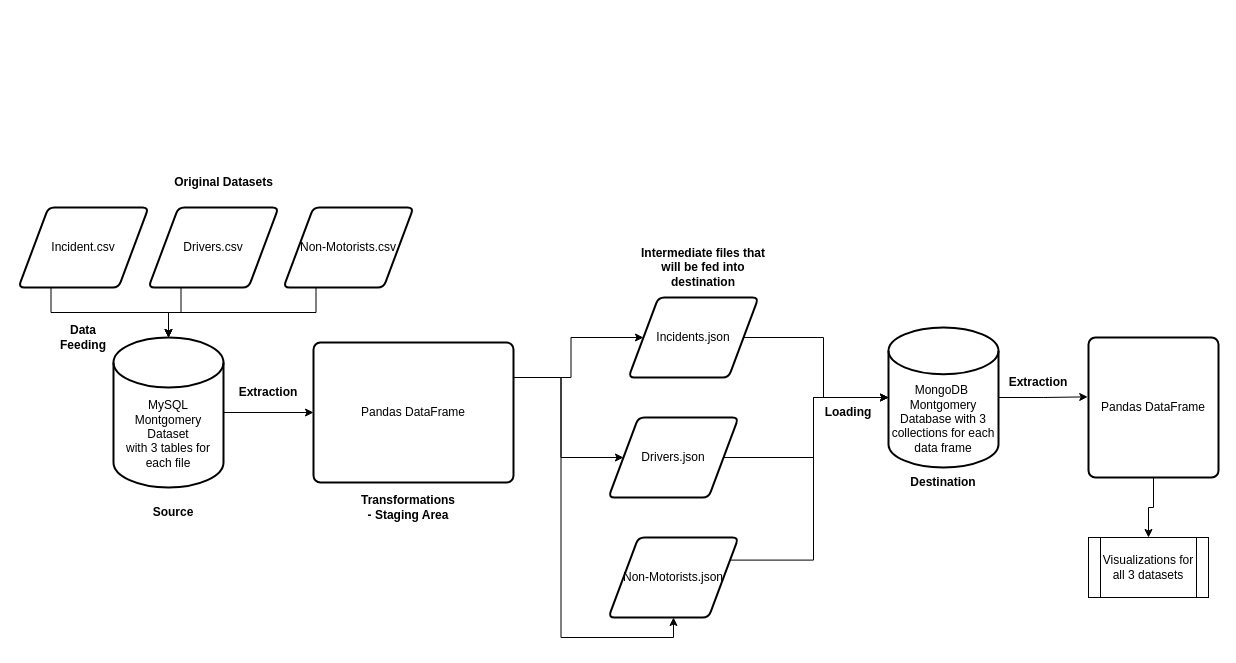
x22237941/Database-and-Analytical-Programming keeps this draw.io diagram as TeamI.drawio. Above is the earlier version. Source tidied: cells renumbered, new cells numbered last; positions are measured from the earlier drawing's top-left corner, leaving out a move shared by most shapes. Both pictures are drawn from the tidied source at 100%, with x=0, y=0 at pixel (18, 167). Pictures stored in the file or linked from it are replaced by grey dashed boxes.
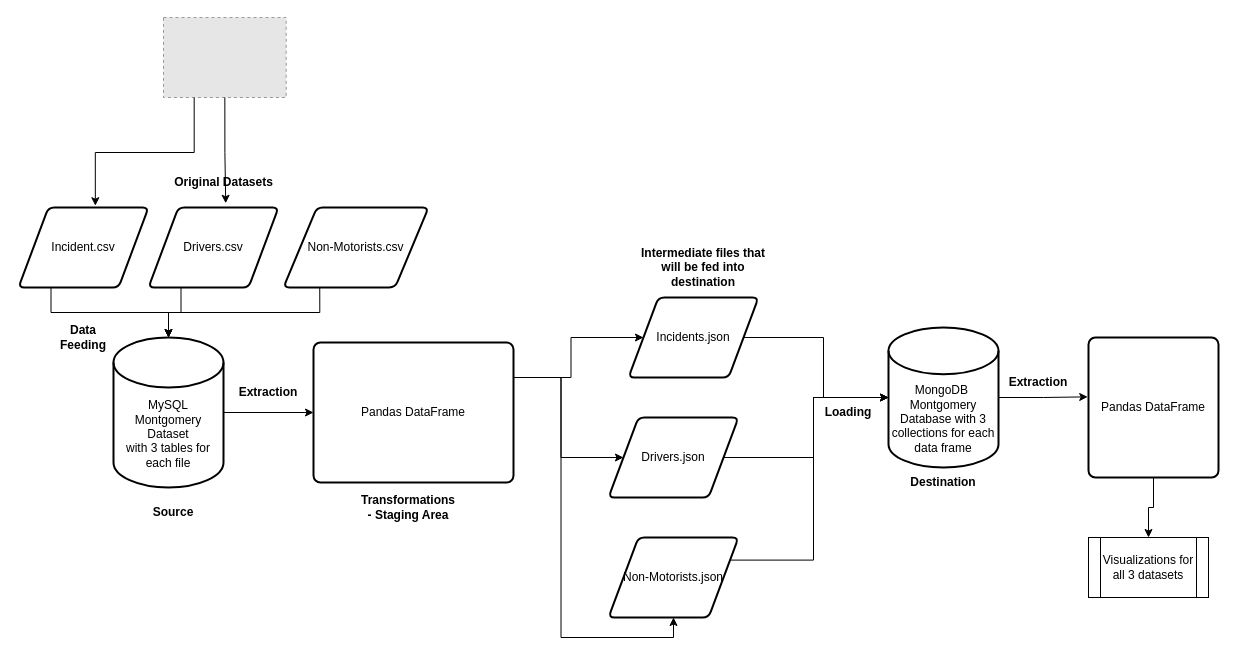
The same diagram, later.

Unchanged cells that the change refers to:
```xml
<mxCell id="2" value="Incident.csv" style="shape=parallelogram;html=1;strokeWidth=2;perimeter=parallelogramPerimeter;whiteSpace=wrap;rounded=1;arcSize=12;size=0.23;" parent="1" vertex="1">
  <mxGeometry y="40" width="130" height="80" as="geometry" />
</mxCell>
<mxCell id="3" value="Drivers.csv" style="shape=parallelogram;html=1;strokeWidth=2;perimeter=parallelogramPerimeter;whiteSpace=wrap;rounded=1;arcSize=12;size=0.23;" parent="1" vertex="1">
  <mxGeometry x="130" y="40" width="130" height="80" as="geometry" />
</mxCell>
```

Change to the diagram source:
```diff
@@
     <mxCell id="4" value="Non-Motorists.csv" style="shape=parallelogram;html=1;strokeWidth=2;perimeter=parallelogramPerimeter;whiteSpace=wrap;rounded=1;arcSize=12;size=0.23;" parent="1" vertex="1">
-      <mxGeometry x="265" y="40" width="130" height="80" as="geometry" />
+      <mxGeometry x="265" y="40" width="145" height="80" as="geometry" />
     </mxCell>
@@
+    <mxCell id="34" style="fillColor=#E6E6E6;strokeColor=#999999;dashed=1;verticalLabelPosition=bottom;labelBackgroundColor=default;verticalAlign=top;" parent="1" vertex="1">
+      <mxGeometry x="145" y="-150" width="122.7" height="80" as="geometry" />
+    </mxCell>
+    <mxCell id="35" style="edgeStyle=orthogonalEdgeStyle;rounded=0;jettySize=auto;html=1;exitX=0.25;exitY=1;exitDx=0;exitDy=0;entryX=0.591;entryY=-0.022;entryDx=0;entryDy=0;entryPerimeter=0;" parent="1" edge="1" source="34" target="2">
+      <mxGeometry relative="1" as="geometry" />
+    </mxCell>
+    <mxCell id="36" style="edgeStyle=orthogonalEdgeStyle;rounded=0;jettySize=auto;html=1;exitX=0.5;exitY=1;exitDx=0;exitDy=0;entryX=0.594;entryY=-0.053;entryDx=0;entryDy=0;entryPerimeter=0;" parent="1" edge="1" source="34" target="3">
+      <mxGeometry relative="1" as="geometry" />
+    </mxCell>
```
